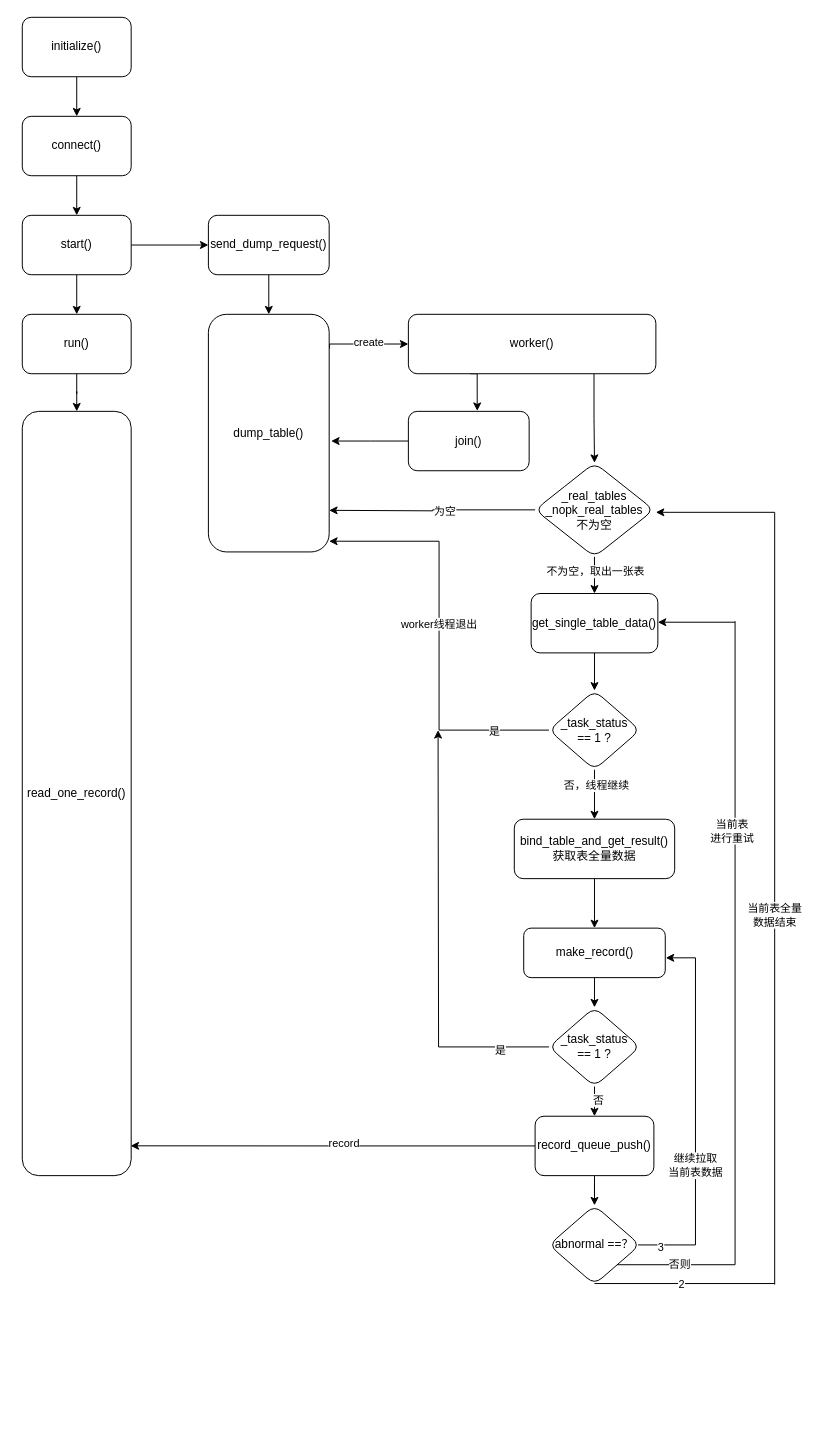
DDDDDDouble/draw keeps this draw.io diagram as Untitled Diagram.drawio. Above is the earlier version. Source tidied: cells renumbered, new cells numbered last; positions are measured from the earlier drawing's top-left corner, leaving out a move shared by most shapes. Both pictures are drawn from the tidied source at 99%, with x=0, y=0 at pixel (22, 17).
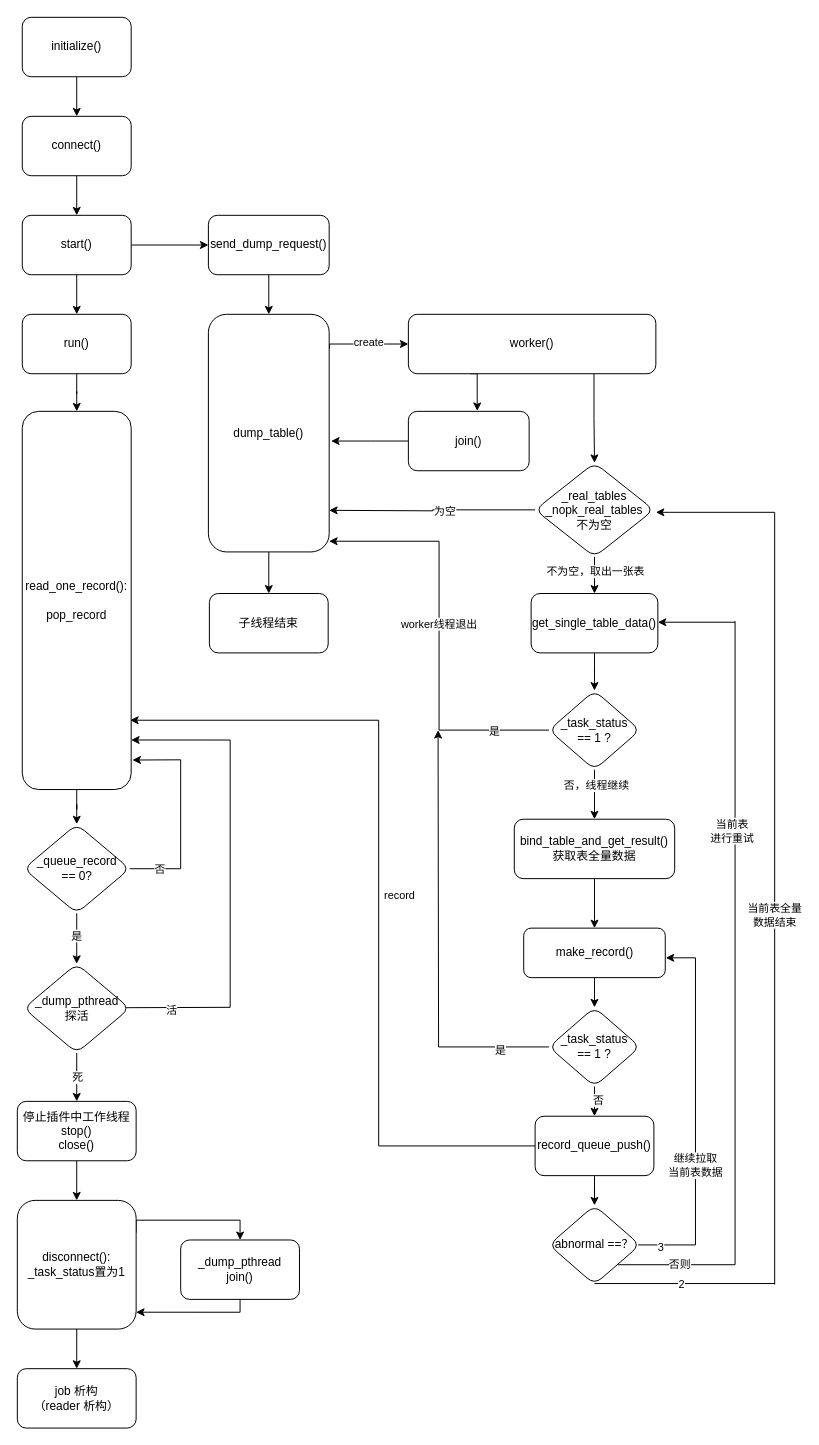
Above is the later version.

Unchanged cells that the change refers to:
```xml
<mxCell id="15" value="dump_table()" style="rounded=1;whiteSpace=wrap;html=1;" parent="1" vertex="1">
  <mxGeometry x="188" y="300" width="122" height="240" as="geometry" />
</mxCell>
<mxCell id="47" value="record_queue_push()" style="whiteSpace=wrap;html=1;rounded=1;" parent="1" vertex="1">
  <mxGeometry x="518" y="1110" width="120" height="60" as="geometry" />
</mxCell>
```

Change to the diagram source:
```diff
@@
+    <mxCell id="64" style="edgeStyle=orthogonalEdgeStyle;rounded=0;jettySize=auto;html=1;" parent="1" edge="1" source="15" target="74">
+      <mxGeometry relative="1" as="geometry" />
+    </mxCell>
@@
+    <mxCell id="65" style="edgeStyle=orthogonalEdgeStyle;rounded=0;jettySize=auto;html=1;" parent="1" edge="1" source="23" target="80">
+      <mxGeometry relative="1" as="geometry" />
+    </mxCell>
-    <mxCell id="23" value="read_one_record()" style="rounded=1;whiteSpace=wrap;html=1;" parent="1" vertex="1">
-      <mxGeometry y="398" width="110" height="772" as="geometry" />
+    <mxCell id="23" value="read_one_record():&lt;br&gt;&lt;br&gt;pop_record" style="rounded=1;whiteSpace=wrap;html=1;" parent="1" vertex="1">
+      <mxGeometry y="398" width="110" height="382" as="geometry" />
     </mxCell>
@@
-    <mxCell id="44" style="edgeStyle=orthogonalEdgeStyle;rounded=0;jettySize=auto;html=1;exitX=0;exitY=0.5;exitDx=0;exitDy=0;entryX=0.995;entryY=0.961;entryDx=0;entryDy=0;entryPerimeter=0;" parent="1" edge="1" source="47" target="23">
-      <mxGeometry relative="1" as="geometry" />
+    <mxCell id="44" style="edgeStyle=orthogonalEdgeStyle;rounded=0;jettySize=auto;html=1;exitX=0;exitY=0.5;exitDx=0;exitDy=0;" parent="1" edge="1" source="47">
+      <mxGeometry relative="1" as="geometry">
+        <mxPoint x="109" y="710" as="targetPoint" />
+        <Array as="points">
+          <mxPoint x="360" y="1140" />
+          <mxPoint x="360" y="710" />
+          <mxPoint x="109" y="710" />
+        </Array>
+      </mxGeometry>
     </mxCell>
@@
+    <mxCell id="66" style="edgeStyle=orthogonalEdgeStyle;rounded=0;jettySize=auto;html=1;" parent="1" edge="1" source="67" target="70">
+      <mxGeometry relative="1" as="geometry" />
+    </mxCell>
+    <mxCell id="67" value="停止插件中工作线程&lt;br&gt;stop()&lt;br&gt;close()" style="rounded=1;whiteSpace=wrap;html=1;" parent="1" vertex="1">
+      <mxGeometry x="-5" y="1095" width="120" height="60" as="geometry" />
+    </mxCell>
+    <mxCell id="68" style="edgeStyle=orthogonalEdgeStyle;rounded=0;jettySize=auto;html=1;exitX=1;exitY=0.25;exitDx=0;exitDy=0;entryX=0.5;entryY=0;entryDx=0;entryDy=0;" parent="1" edge="1" source="70" target="72">
+      <mxGeometry relative="1" as="geometry">
+        <Array as="points">
+          <mxPoint x="115" y="1215" />
+          <mxPoint x="220" y="1215" />
+        </Array>
+      </mxGeometry>
+    </mxCell>
+    <mxCell id="69" style="edgeStyle=orthogonalEdgeStyle;rounded=0;jettySize=auto;html=1;" parent="1" edge="1" source="70" target="73">
+      <mxGeometry relative="1" as="geometry" />
+    </mxCell>
+    <mxCell id="70" value="&lt;span&gt;disconnect():&lt;br&gt;_task_status置为1&lt;br&gt;&lt;/span&gt;" style="whiteSpace=wrap;html=1;rounded=1;" parent="1" vertex="1">
+      <mxGeometry x="-5" y="1195" width="120" height="130" as="geometry" />
+    </mxCell>
+    <mxCell id="71" style="edgeStyle=orthogonalEdgeStyle;rounded=0;jettySize=auto;html=1;exitX=0.5;exitY=1;exitDx=0;exitDy=0;entryX=1;entryY=0.869;entryDx=0;entryDy=0;entryPerimeter=0;" parent="1" edge="1" source="72" target="70">
+      <mxGeometry relative="1" as="geometry">
+        <Array as="points">
+          <mxPoint x="220" y="1308" />
+        </Array>
+      </mxGeometry>
+    </mxCell>
+    <mxCell id="72" value="_dump_pthread&lt;br&gt;join()" style="whiteSpace=wrap;html=1;rounded=1;" parent="1" vertex="1">
+      <mxGeometry x="160" y="1235" width="120" height="60" as="geometry" />
+    </mxCell>
+    <mxCell id="73" value="job 析构&lt;br&gt;（reader 析构）" style="rounded=1;whiteSpace=wrap;html=1;" parent="1" vertex="1">
+      <mxGeometry x="-5" y="1365" width="120" height="60" as="geometry" />
+    </mxCell>
+    <mxCell id="74" value="子线程结束" style="rounded=1;whiteSpace=wrap;html=1;" parent="1" vertex="1">
+      <mxGeometry x="189" y="582" width="120" height="60" as="geometry" />
+    </mxCell>
+    <mxCell id="75" style="edgeStyle=orthogonalEdgeStyle;rounded=0;jettySize=auto;html=1;" parent="1" edge="1" source="77" target="67">
+      <mxGeometry relative="1" as="geometry" />
+    </mxCell>
+    <mxCell id="76" value="死" style="edgeLabel;html=1;align=center;verticalAlign=middle;" parent="75" vertex="1">
+      <mxGeometry x="-0.02" relative="1" as="geometry" />
+    </mxCell>
+    <mxCell id="77" value="_dump_pthread&lt;br&gt;探活" style="rhombus;whiteSpace=wrap;html=1;rounded=1;" parent="1" vertex="1">
+      <mxGeometry x="1.5" y="956" width="107" height="90" as="geometry" />
+    </mxCell>
+    <mxCell id="78" style="edgeStyle=orthogonalEdgeStyle;rounded=0;jettySize=auto;html=1;" parent="1" edge="1" source="80" target="77">
+      <mxGeometry relative="1" as="geometry" />
+    </mxCell>
+    <mxCell id="79" value="是" style="edgeLabel;html=1;align=center;verticalAlign=middle;" parent="78" vertex="1">
+      <mxGeometry x="-0.12" y="-1" relative="1" as="geometry" />
+    </mxCell>
+    <mxCell id="80" value="_queue_record&lt;br&gt;== 0?" style="rhombus;whiteSpace=wrap;html=1;rounded=1;" parent="1" vertex="1">
+      <mxGeometry x="1.5" y="815" width="107" height="90" as="geometry" />
+    </mxCell>
+    <mxCell id="81" style="endArrow=none;html=1;exitX=1;exitY=0.5;exitDx=0;exitDy=0;" parent="1" edge="1" source="80">
+      <mxGeometry relative="1" as="geometry">
+        <mxPoint x="160" y="860" as="targetPoint" />
+      </mxGeometry>
+    </mxCell>
+    <mxCell id="82" value="否" style="edgeLabel;html=1;align=center;verticalAlign=middle;" parent="81" vertex="1">
+      <mxGeometry x="0.18" y="1" relative="1" as="geometry">
+        <mxPoint y="1" as="offset" />
+      </mxGeometry>
+    </mxCell>
+    <mxCell id="83" style="endArrow=none;html=1;" parent="1" edge="1">
+      <mxGeometry relative="1" as="geometry">
+        <mxPoint x="160" y="860" as="sourcePoint" />
+        <mxPoint x="160" y="750" as="targetPoint" />
+      </mxGeometry>
+    </mxCell>
+    <mxCell id="84" style="endArrow=classic;html=1;entryX=1.012;entryY=0.922;entryDx=0;entryDy=0;entryPerimeter=0;" parent="1" edge="1" target="23">
+      <mxGeometry relative="1" as="geometry">
+        <mxPoint x="160" y="750" as="sourcePoint" />
+      </mxGeometry>
+    </mxCell>
+    <mxCell id="85" style="endArrow=none;html=1;exitX=0.967;exitY=0.493;exitDx=0;exitDy=0;exitPerimeter=0;" parent="1" edge="1" source="77">
+      <mxGeometry relative="1" as="geometry">
+        <mxPoint x="210" y="1000" as="targetPoint" />
+      </mxGeometry>
+    </mxCell>
+    <mxCell id="86" value="活" style="edgeLabel;html=1;align=center;verticalAlign=middle;" parent="85" vertex="1">
+      <mxGeometry x="-0.12" y="-2" relative="1" as="geometry" />
+    </mxCell>
+    <mxCell id="87" style="endArrow=none;html=1;" parent="1" edge="1">
+      <mxGeometry relative="1" as="geometry">
+        <mxPoint x="210" y="1000" as="sourcePoint" />
+        <mxPoint x="210" y="730" as="targetPoint" />
+      </mxGeometry>
+    </mxCell>
+    <mxCell id="88" style="endArrow=classic;html=1;entryX=1;entryY=0.869;entryDx=0;entryDy=0;entryPerimeter=0;" parent="1" edge="1" target="23">
+      <mxGeometry relative="1" as="geometry">
+        <mxPoint x="210" y="730" as="sourcePoint" />
+      </mxGeometry>
+    </mxCell>
```
